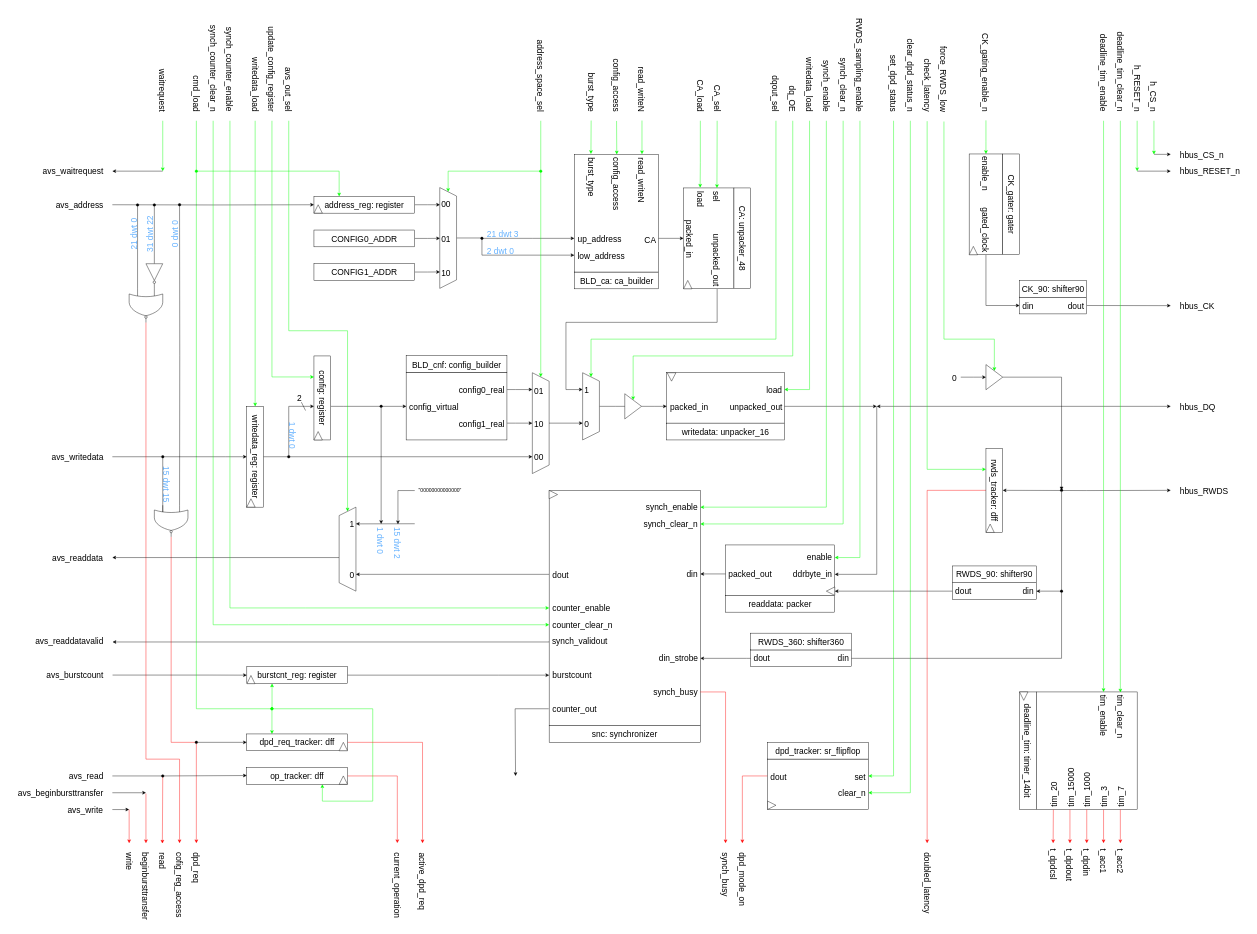
Earlier version of the draw.io diagram page "RTL" (2 of 11) of hyperram_system/ip/avs_to_hram_converter/schematics/avs_to_hram_converter.drawio (AndreaBononi/Intel_Cyclone10LP_systems). Source tidied: cells renumbered, new cells numbered last; positions are measured from the earlier drawing's top-left corner, leaving out a move shared by most shapes. Both pictures are drawn from the tidied source at 42%, with x=0, y=0 at pixel (7, 51).
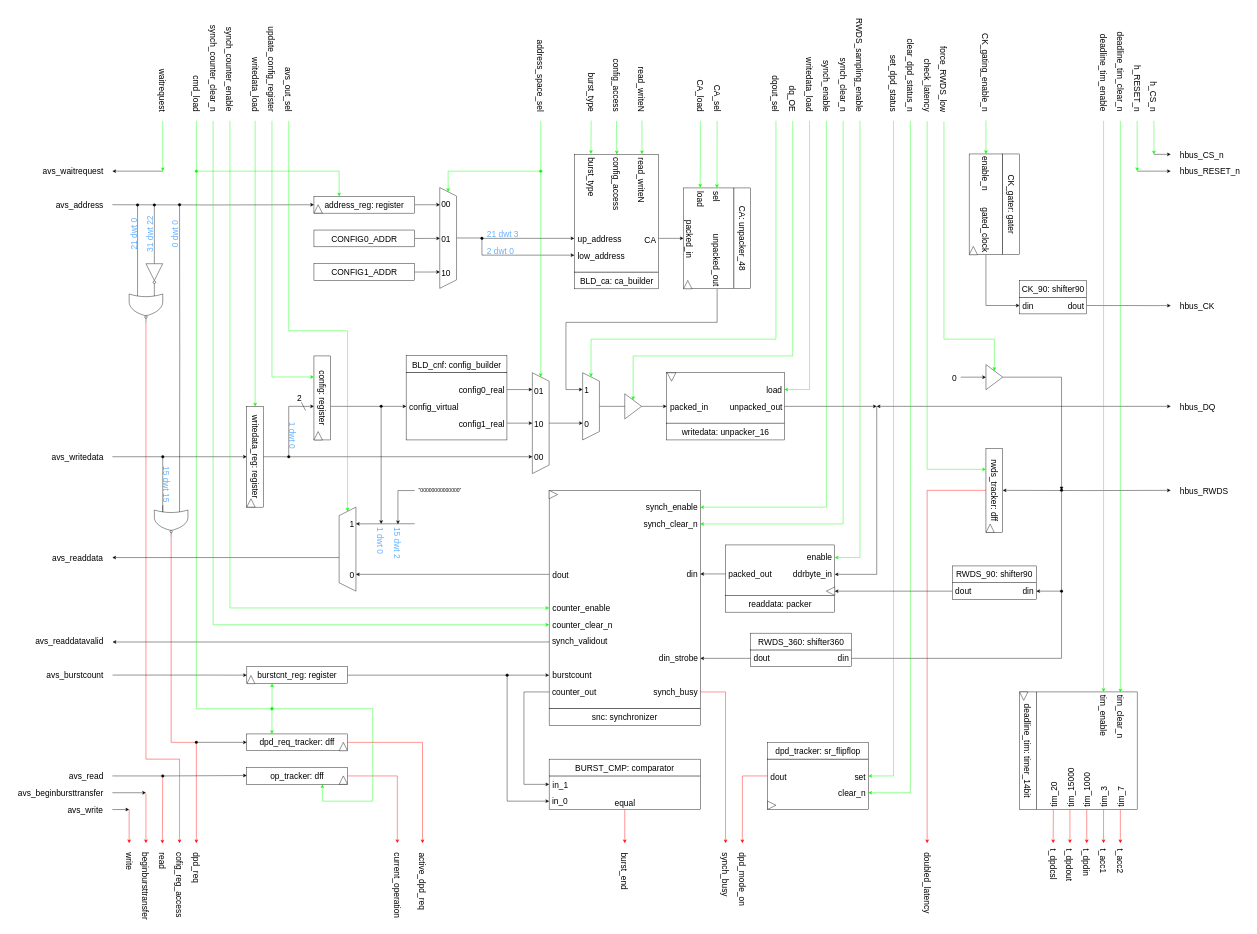
After the change.

Diff of the diagram source:
```diff
@@
     <mxCell id="101" style="rounded=0;whiteSpace=wrap;html=1;fontSize=20;" parent="1" vertex="1">
-      <mxGeometry x="1290" y="1045" width="360" height="560" as="geometry" />
+      <mxGeometry x="1290" y="1045" width="360" height="520" as="geometry" />
     </mxCell>
     <mxCell id="102" value="&lt;font style=&quot;font-size: 20px;&quot;&gt;snc: synchronizer&lt;/font&gt;" style="rounded=0;whiteSpace=wrap;html=1;fontSize=20;" parent="1" vertex="1">
-      <mxGeometry x="1290" y="1604.8" width="360" height="40" as="geometry" />
+      <mxGeometry x="1290" y="1565" width="360" height="40" as="geometry" />
     </mxCell>
@@
     <mxCell id="284" value="counter_out" style="text;html=1;align=left;verticalAlign=middle;strokeColor=none;fillColor=none;fontSize=20;rotation=0;" parent="1" vertex="1">
-      <mxGeometry x="1295.5" y="1545" width="130" height="40" as="geometry" />
+      <mxGeometry x="1295" y="1505" width="130" height="40" as="geometry" />
     </mxCell>
-    <mxCell id="285" style="endArrow=classic;html=1;rounded=0;" parent="1" edge="1">
+    <mxCell id="285" style="endArrow=classic;html=1;rounded=0;entryX=0;entryY=0.25;entryDx=0;entryDy=0;" parent="1" edge="1" target="288">
       <mxGeometry relative="1" as="geometry">
-        <mxPoint x="1289" y="1565" as="sourcePoint" />
-        <mxPoint x="1210" y="1725" as="targetPoint" />
+        <mxPoint x="1290" y="1525" as="sourcePoint" />
         <Array as="points">
-          <mxPoint x="1209" y="1565" />
+          <mxPoint x="1230" y="1525" />
+          <mxPoint x="1230" y="1745" />
         </Array>
       </mxGeometry>
     </mxCell>
+    <mxCell id="286" style="edgeStyle=orthogonalEdgeStyle;rounded=0;orthogonalLoop=1;jettySize=auto;html=1;fontColor=#000000;strokeColor=#FF0000;fontSize=20;" parent="1" edge="1">
+      <mxGeometry relative="1" as="geometry">
+        <mxPoint x="1470" y="1805" as="sourcePoint" />
+        <mxPoint x="1470" y="1885" as="targetPoint" />
+      </mxGeometry>
+    </mxCell>
+    <mxCell id="287" style="edgeStyle=orthogonalEdgeStyle;rounded=0;jettySize=auto;html=1;entryX=0;entryY=0.75;entryDx=0;entryDy=0;startArrow=oval;startFill=1;" parent="1" edge="1" target="288">
+      <mxGeometry relative="1" as="geometry">
+        <mxPoint x="1190" y="1485" as="sourcePoint" />
+        <Array as="points">
+          <mxPoint x="1190" y="1785" />
+        </Array>
+      </mxGeometry>
+    </mxCell>
+    <mxCell id="288" style="rounded=0;whiteSpace=wrap;html=1;direction=south;horizontal=1;fontSize=20;rotation=-90;" parent="1" vertex="1">
+      <mxGeometry x="1430" y="1585" width="80" height="360" as="geometry" />
+    </mxCell>
+    <mxCell id="289" value="&lt;font style=&quot;font-size: 20px;&quot;&gt;BURST_CMP: comparator&lt;br&gt;&lt;/font&gt;" style="rounded=0;whiteSpace=wrap;html=1;direction=north;horizontal=0;rotation=90;fontSize=20;" parent="1" vertex="1">
+      <mxGeometry x="1450" y="1525" width="40" height="360" as="geometry" />
+    </mxCell>
+    <mxCell id="290" value="&lt;font style=&quot;font-size: 20px;&quot;&gt;in_0&lt;/font&gt;" style="text;html=1;align=left;verticalAlign=middle;strokeColor=none;fillColor=none;rotation=0;fontSize=20;" parent="1" vertex="1">
+      <mxGeometry x="1295" y="1764.8" width="60" height="40" as="geometry" />
+    </mxCell>
+    <mxCell id="291" value="&lt;font style=&quot;font-size: 20px;&quot;&gt;in_1&lt;/font&gt;" style="text;html=1;align=left;verticalAlign=middle;strokeColor=none;fillColor=none;rotation=0;fontSize=20;" parent="1" vertex="1">
+      <mxGeometry x="1295.5" y="1725.8" width="60" height="40" as="geometry" />
+    </mxCell>
+    <mxCell id="292" value="equal" style="text;html=1;align=center;verticalAlign=middle;strokeColor=none;fillColor=none;fontSize=20;rotation=0;" parent="1" vertex="1">
+      <mxGeometry x="1435" y="1769.8" width="70" height="40" as="geometry" />
+    </mxCell>
+    <mxCell id="293" value="burst_end" style="text;html=1;align=left;verticalAlign=middle;strokeColor=none;fillColor=none;fontSize=20;rotation=90;" parent="1" vertex="1">
+      <mxGeometry x="1415.5" y="1940" width="110" height="40" as="geometry" />
+    </mxCell>
```
